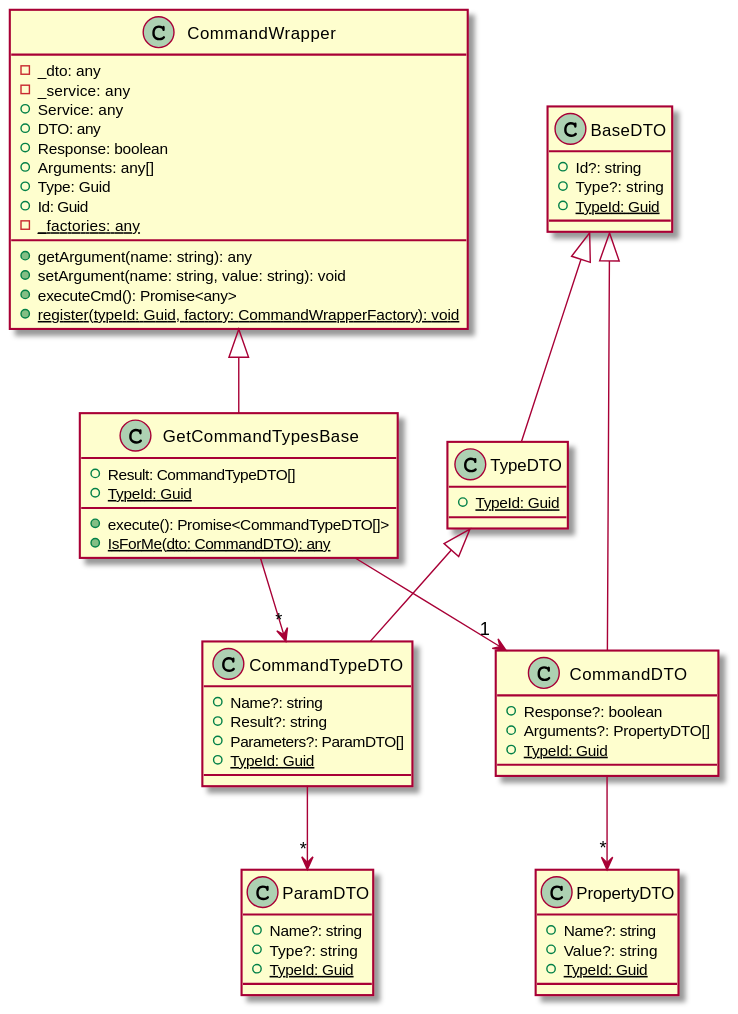
This is wEBcMD/Doc/Types/ts/GetCommandTypes.svg from kokolorix/wEBcMD, a PlantUML export, as it was before one commit.
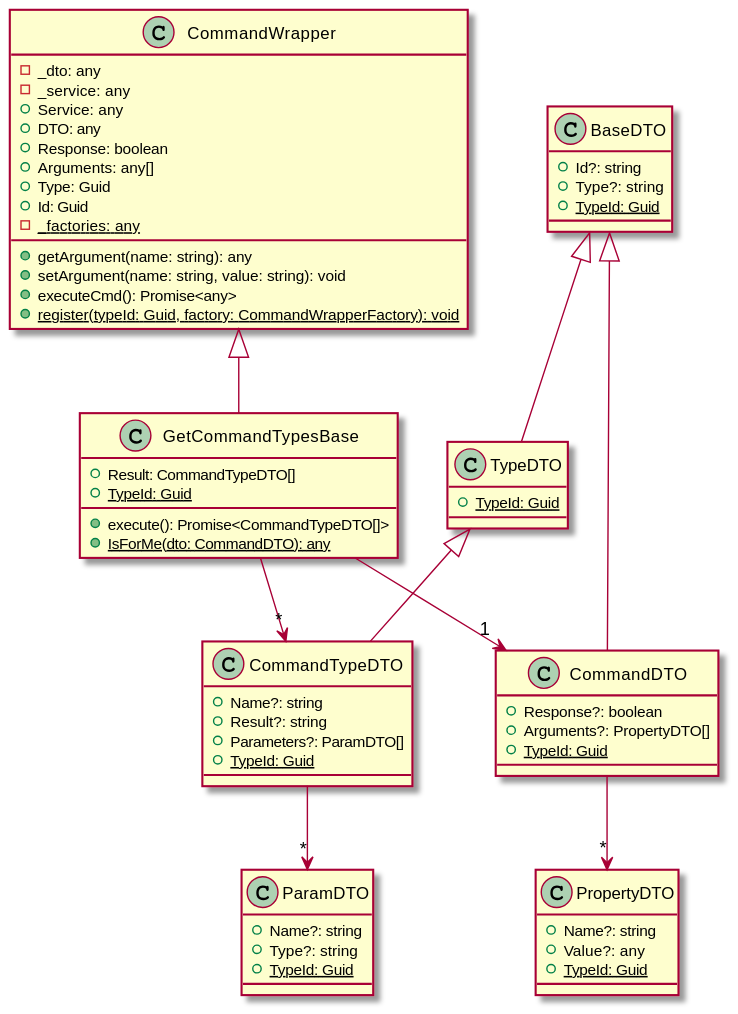
After the commit.

What changed in the source:
```diff
@@ -35,7 +35,7 @@
 }
 class PropertyDTO {
     +Name?: string
-    +Value?: string
+    +Value?: any
     +{static} TypeId: Guid
 }
 class CommandDTO extends BaseDTO {
```
